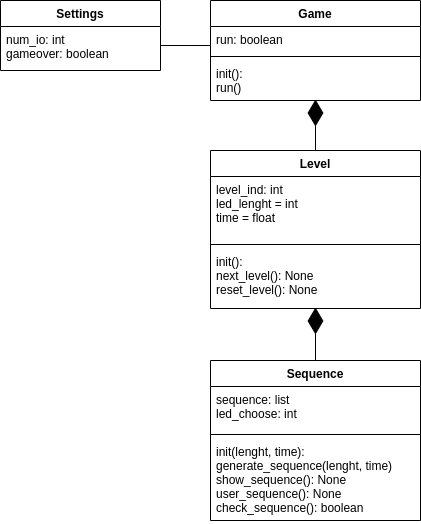
Flaviu123/LED_MindGame keeps this draw.io diagram as Class diagram.drawio.png. Above is the earlier version. Source tidied: cells renumbered, new cells last; positions are measured from the earlier drawing's top-left corner, leaving out a move shared by most shapes.
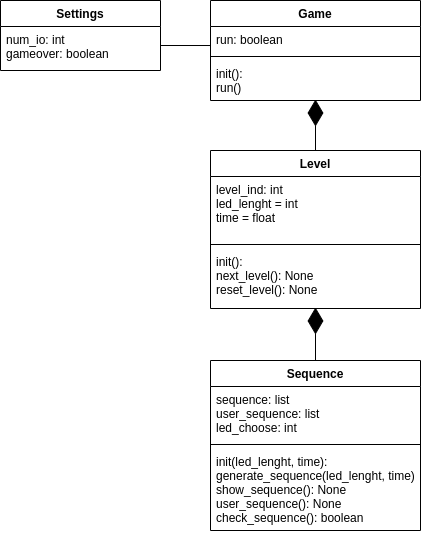
After the commit.

Commit message:
Improved diagram and game

Diff of the diagram source:
```diff
@@ -21,16 +21,16 @@
       <mxGeometry y="60" width="210" height="40" as="geometry" />
     </mxCell>
     <mxCell id="8" value="Sequence" style="swimlane;fontStyle=1;align=center;verticalAlign=top;horizontal=1;startSize=26;" parent="1" vertex="1">
-      <mxGeometry x="210" y="360" width="210" height="160" as="geometry" />
+      <mxGeometry x="210" y="360" width="210" height="170" as="geometry" />
     </mxCell>
-    <mxCell id="9" value="sequence: list&#10;led_choose: int&#10;" style="text;strokeColor=none;fillColor=none;align=left;verticalAlign=top;spacingLeft=4;spacingRight=4;overflow=hidden;" parent="8" vertex="1">
-      <mxGeometry y="26" width="210" height="44" as="geometry" />
+    <mxCell id="9" value="sequence: list&#10;user_sequence: list&#10;led_choose: int&#10;" style="text;strokeColor=none;fillColor=none;align=left;verticalAlign=top;spacingLeft=4;spacingRight=4;overflow=hidden;" parent="8" vertex="1">
+      <mxGeometry y="26" width="210" height="54" as="geometry" />
     </mxCell>
     <mxCell id="10" style="line;strokeWidth=1;fillColor=none;align=left;verticalAlign=middle;spacingTop=-1;spacingLeft=3;spacingRight=3;labelPosition=right;" parent="8" vertex="1">
-      <mxGeometry y="70" width="210" height="8" as="geometry" />
+      <mxGeometry y="80" width="210" height="8" as="geometry" />
     </mxCell>
-    <mxCell id="11" value="init(lenght, time):&#10;generate_sequence(lenght, time)&#10;show_sequence(): None&#10;user_sequence(): None&#10;check_sequence(): boolean" style="text;strokeColor=none;fillColor=none;align=left;verticalAlign=top;spacingLeft=4;spacingRight=4;overflow=hidden;" parent="8" vertex="1">
-      <mxGeometry y="78" width="210" height="82" as="geometry" />
+    <mxCell id="11" value="init(led_lenght, time):&#10;generate_sequence(led_lenght, time)&#10;show_sequence(): None&#10;user_sequence(): None&#10;check_sequence(): boolean" style="text;strokeColor=none;fillColor=none;align=left;verticalAlign=top;spacingLeft=4;spacingRight=4;overflow=hidden;" parent="8" vertex="1">
+      <mxGeometry y="88" width="210" height="82" as="geometry" />
     </mxCell>
     <mxCell id="12" value="Level" style="swimlane;fontStyle=1;align=center;verticalAlign=top;horizontal=1;startSize=26;" parent="1" vertex="1">
       <mxGeometry x="210" y="150" width="210" height="158" as="geometry" />
```
